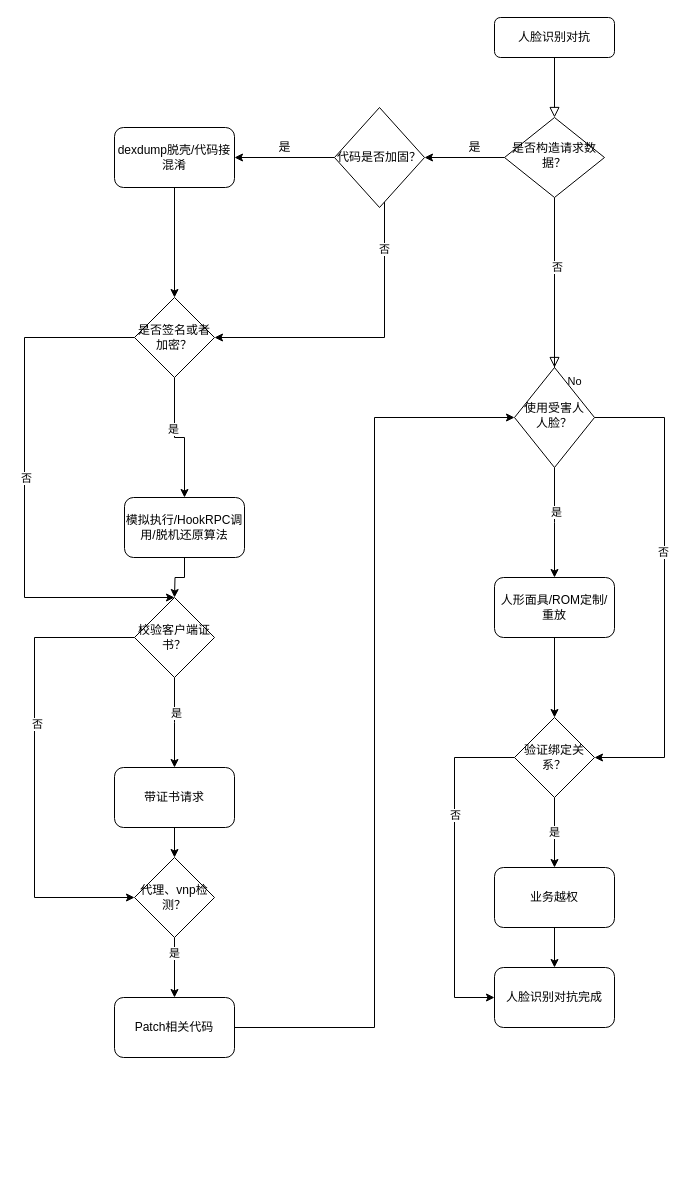
The draw.io diagram 未命名绘图.drawio in zjwhy/drawIoPub, before the edit. Source tidied: cells renumbered, new cells numbered last; positions are measured from the earlier drawing's top-left corner, leaving out a move shared by most shapes. Both pictures are drawn from the tidied source at 100%, with x=0, y=0 at pixel (24, 17).
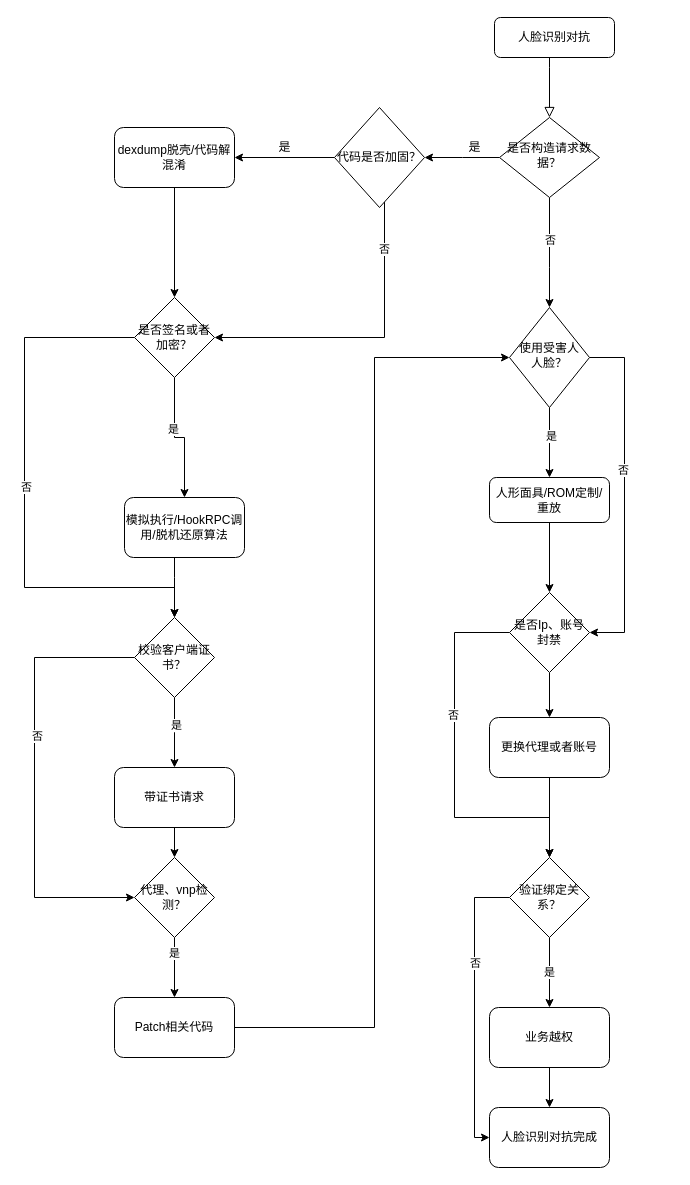
The same page after the edit.

Commit message:
人脸识别对抗

Unchanged cells that the change refers to:
```xml
<mxCell id="3" value="人脸识别对抗" style="rounded=1;whiteSpace=wrap;html=1;fontSize=12;glass=0;strokeWidth=1;shadow=0;" parent="1" vertex="1">
  <mxGeometry x="470" width="120" height="40" as="geometry" />
</mxCell>
<mxCell id="26" value="是否签名或者加密？" style="rhombus;whiteSpace=wrap;html=1;" parent="1" vertex="1">
  <mxGeometry x="110" y="280" width="80" height="80" as="geometry" />
</mxCell>
<mxCell id="28" value="模拟执行/HookRPC调用/脱机还原算法" style="rounded=1;whiteSpace=wrap;html=1;" parent="1" vertex="1">
  <mxGeometry x="100" y="480" width="120" height="60" as="geometry" />
</mxCell>
<mxCell id="38" value="代理、vnp检测？" style="rhombus;whiteSpace=wrap;html=1;" parent="1" vertex="1">
  <mxGeometry x="110" y="840" width="80" height="80" as="geometry" />
</mxCell>
<mxCell id="40" value="Patch相关代码" style="rounded=1;whiteSpace=wrap;html=1;" parent="1" vertex="1">
  <mxGeometry x="90" y="980" width="120" height="60" as="geometry" />
</mxCell>
```

The edit, as a diff of the source:
```diff
@@
     <mxCell id="2" style="rounded=0;html=1;jettySize=auto;fontSize=11;endArrow=block;endFill=0;endSize=8;strokeWidth=1;shadow=0;labelBackgroundColor=none;edgeStyle=orthogonalEdgeStyle;" parent="1" edge="1" source="3" target="7">
-      <mxGeometry relative="1" as="geometry" />
+      <mxGeometry relative="1" as="geometry">
+        <Array as="points">
+          <mxPoint x="525" y="50" />
+          <mxPoint x="525" y="50" />
+        </Array>
+      </mxGeometry>
     </mxCell>
@@
+    <mxCell id="6" style="edgeStyle=orthogonalEdgeStyle;rounded=0;jettySize=auto;html=1;" parent="1" edge="1" source="7">
+      <mxGeometry relative="1" as="geometry">
+        <mxPoint x="400" y="140" as="targetPoint" />
+      </mxGeometry>
+    </mxCell>
-    <mxCell id="4" style="rounded=0;html=1;jettySize=auto;fontSize=11;endArrow=block;endFill=0;endSize=8;strokeWidth=1;shadow=0;labelBackgroundColor=none;edgeStyle=orthogonalEdgeStyle;" parent="1" edge="1" source="7" target="13">
-      <mxGeometry y="20" relative="1" as="geometry" />
+    <mxCell id="4" style="edgeStyle=orthogonalEdgeStyle;rounded=0;jettySize=auto;html=1;" parent="1" edge="1" source="7" target="13">
+      <mxGeometry relative="1" as="geometry">
+        <Array as="points">
+          <mxPoint x="525" y="250" />
+          <mxPoint x="525" y="250" />
+        </Array>
+      </mxGeometry>
     </mxCell>
-    <mxCell id="5" value="否" style="edgeLabel;html=1;align=center;verticalAlign=middle;" parent="4" vertex="1">
-      <mxGeometry x="-0.19" y="2" relative="1" as="geometry" />
-    </mxCell>
-    <mxCell id="6" style="edgeStyle=orthogonalEdgeStyle;rounded=0;jettySize=auto;html=1;" parent="1" edge="1" source="7">
-      <mxGeometry relative="1" as="geometry">
-        <mxPoint x="400" y="140" as="targetPoint" />
-      </mxGeometry>
-    </mxCell>
+    <mxCell id="50" value="否" style="edgeLabel;html=1;align=center;verticalAlign=middle;" parent="4" vertex="1">
+      <mxGeometry x="-0.23" relative="1" as="geometry" />
+    </mxCell>
     <mxCell id="7" value="是否构造请求数据？" style="rhombus;whiteSpace=wrap;html=1;shadow=0;fontFamily=Helvetica;fontSize=12;align=center;strokeWidth=1;spacing=6;spacingTop=-4;" parent="1" vertex="1">
-      <mxGeometry x="480" y="100" width="100" height="80" as="geometry" />
+      <mxGeometry x="475" y="100" width="100" height="80" as="geometry" />
     </mxCell>
-    <mxCell id="8" value="No" style="rounded=0;html=1;jettySize=auto;fontSize=11;endArrow=block;endFill=0;endSize=8;strokeWidth=1;shadow=0;labelBackgroundColor=none;edgeStyle=orthogonalEdgeStyle;" parent="1" edge="1" source="13">
-      <mxGeometry x="0.33" y="20" relative="1" as="geometry">
-        <mxPoint x="530" y="390" as="targetPoint" />
-      </mxGeometry>
-    </mxCell>
-    <mxCell id="9" style="edgeStyle=orthogonalEdgeStyle;rounded=0;jettySize=auto;html=1;" parent="1" edge="1" source="13">
-      <mxGeometry relative="1" as="geometry">
-        <mxPoint x="530" y="560" as="targetPoint" />
-      </mxGeometry>
+    <mxCell id="9" style="edgeStyle=orthogonalEdgeStyle;rounded=0;jettySize=auto;html=1;entryX=0.5;entryY=0;entryDx=0;entryDy=0;" parent="1" edge="1" source="13" target="42">
+      <mxGeometry relative="1" as="geometry" />
     </mxCell>
@@
-    <mxCell id="11" style="edgeStyle=orthogonalEdgeStyle;rounded=0;jettySize=auto;html=1;entryX=1;entryY=0.5;entryDx=0;entryDy=0;" parent="1" edge="1" source="13" target="46">
+    <mxCell id="11" style="edgeStyle=orthogonalEdgeStyle;rounded=0;jettySize=auto;html=1;entryX=1;entryY=0.5;entryDx=0;entryDy=0;exitX=0.5;exitY=0;exitDx=0;exitDy=0;" parent="1" edge="1" source="13" target="54">
       <mxGeometry relative="1" as="geometry">
         <Array as="points">
-          <mxPoint x="640" y="400" />
-          <mxPoint x="640" y="740" />
+          <mxPoint x="600" y="340" />
+          <mxPoint x="600" y="615" />
         </Array>
       </mxGeometry>
     </mxCell>
@@
     <mxCell id="13" value="使用受害人人脸？" style="rhombus;whiteSpace=wrap;html=1;shadow=0;fontFamily=Helvetica;fontSize=12;align=center;strokeWidth=1;spacing=6;spacingTop=-4;direction=south;" parent="1" vertex="1">
-      <mxGeometry x="490" y="350" width="80" height="100" as="geometry" />
+      <mxGeometry x="485" y="290" width="80" height="100" as="geometry" />
     </mxCell>
@@
-    <mxCell id="21" value="dexdump脱壳/代码接混淆" style="rounded=1;whiteSpace=wrap;html=1;" parent="1" vertex="1">
+    <mxCell id="21" value="dexdump脱壳/代码解混淆" style="rounded=1;whiteSpace=wrap;html=1;" parent="1" vertex="1">
       <mxGeometry x="90" y="110" width="120" height="60" as="geometry" />
     </mxCell>
@@
-    <mxCell id="24" style="edgeStyle=orthogonalEdgeStyle;rounded=0;jettySize=auto;html=1;" parent="1" edge="1" source="26" target="33">
+    <mxCell id="24" style="edgeStyle=orthogonalEdgeStyle;rounded=0;jettySize=auto;html=1;entryX=0.5;entryY=0;entryDx=0;entryDy=0;" parent="1" edge="1" source="26" target="33">
       <mxGeometry relative="1" as="geometry">
         <Array as="points">
           <mxPoint y="320" />
-          <mxPoint y="580" />
+          <mxPoint y="570" />
+          <mxPoint x="150" y="570" />
         </Array>
       </mxGeometry>
     </mxCell>
@@
-    <mxCell id="27" style="edgeStyle=orthogonalEdgeStyle;rounded=0;jettySize=auto;html=1;" parent="1" edge="1" source="28">
+    <mxCell id="27" style="edgeStyle=orthogonalEdgeStyle;rounded=0;jettySize=auto;html=1;entryX=0.5;entryY=0;entryDx=0;entryDy=0;" parent="1" edge="1" source="28" target="33">
       <mxGeometry relative="1" as="geometry">
-        <mxPoint x="150" y="580" as="targetPoint" />
+        <Array as="points">
+          <mxPoint x="150" y="560" />
+          <mxPoint x="150" y="560" />
+        </Array>
       </mxGeometry>
     </mxCell>
@@
-    <mxCell id="31" style="edgeStyle=orthogonalEdgeStyle;rounded=0;jettySize=auto;html=1;entryX=0;entryY=0.5;entryDx=0;entryDy=0;" parent="1" edge="1" source="33" target="38">
+    <mxCell id="31" style="edgeStyle=orthogonalEdgeStyle;rounded=0;jettySize=auto;html=1;entryX=0;entryY=0.5;entryDx=0;entryDy=0;exitX=0;exitY=0.5;exitDx=0;exitDy=0;" parent="1" edge="1" source="33" target="38">
       <mxGeometry relative="1" as="geometry">
         <Array as="points">
-          <mxPoint x="10" y="620" />
+          <mxPoint x="10" y="640" />
           <mxPoint x="10" y="880" />
         </Array>
       </mxGeometry>
     </mxCell>
@@
     <mxCell id="33" value="校验客户端证书？" style="rhombus;whiteSpace=wrap;html=1;" parent="1" vertex="1">
-      <mxGeometry x="110" y="580" width="80" height="80" as="geometry" />
+      <mxGeometry x="110" y="600" width="80" height="80" as="geometry" />
     </mxCell>
@@
     <mxCell id="39" style="edgeStyle=orthogonalEdgeStyle;rounded=0;jettySize=auto;html=1;entryX=0.5;entryY=1;entryDx=0;entryDy=0;" parent="1" edge="1" source="40" target="13">
-      <mxGeometry relative="1" as="geometry" />
+      <mxGeometry relative="1" as="geometry">
+        <Array as="points">
+          <mxPoint x="350" y="1010" />
+          <mxPoint x="350" y="340" />
+        </Array>
+      </mxGeometry>
     </mxCell>
@@
-    <mxCell id="41" style="edgeStyle=orthogonalEdgeStyle;rounded=0;jettySize=auto;html=1;" parent="1" edge="1" source="42" target="46">
+    <mxCell id="41" style="edgeStyle=orthogonalEdgeStyle;rounded=0;jettySize=auto;html=1;entryX=0.5;entryY=0;entryDx=0;entryDy=0;" parent="1" edge="1" source="42" target="54">
       <mxGeometry relative="1" as="geometry" />
     </mxCell>
     <mxCell id="42" value="人形面具/ROM定制/重放" style="rounded=1;whiteSpace=wrap;html=1;" parent="1" vertex="1">
-      <mxGeometry x="470" y="560" width="120" height="60" as="geometry" />
+      <mxGeometry x="465" y="460" width="120" height="45" as="geometry" />
     </mxCell>
-    <mxCell id="43" value="是" style="edgeStyle=orthogonalEdgeStyle;rounded=0;jettySize=auto;html=1;" parent="1" edge="1" source="46">
-      <mxGeometry relative="1" as="geometry">
-        <mxPoint x="530" y="850" as="targetPoint" />
-      </mxGeometry>
+    <mxCell id="43" value="是" style="edgeStyle=orthogonalEdgeStyle;rounded=0;jettySize=auto;html=1;exitX=0.5;exitY=1;exitDx=0;exitDy=0;entryX=0.5;entryY=0;entryDx=0;entryDy=0;" parent="1" edge="1" source="46" target="48">
+      <mxGeometry relative="1" as="geometry" />
     </mxCell>
-    <mxCell id="44" style="edgeStyle=orthogonalEdgeStyle;rounded=0;jettySize=auto;html=1;entryX=0;entryY=0.5;entryDx=0;entryDy=0;" parent="1" edge="1" source="46" target="49">
+    <mxCell id="44" style="edgeStyle=orthogonalEdgeStyle;rounded=0;jettySize=auto;html=1;entryX=0;entryY=0.5;entryDx=0;entryDy=0;exitX=0;exitY=0.5;exitDx=0;exitDy=0;" parent="1" edge="1" source="46" target="49">
       <mxGeometry relative="1" as="geometry">
         <Array as="points">
-          <mxPoint x="430" y="740" />
-          <mxPoint x="430" y="980" />
+          <mxPoint x="450" y="880" />
+          <mxPoint x="450" y="1120" />
         </Array>
       </mxGeometry>
     </mxCell>
@@
     <mxCell id="46" value="验证绑定关系？" style="rhombus;whiteSpace=wrap;html=1;" parent="1" vertex="1">
-      <mxGeometry x="490" y="700" width="80" height="80" as="geometry" />
+      <mxGeometry x="485" y="840" width="80" height="80" as="geometry" />
     </mxCell>
@@
     <mxCell id="48" value="业务越权" style="rounded=1;whiteSpace=wrap;html=1;" parent="1" vertex="1">
-      <mxGeometry x="470" y="850" width="120" height="60" as="geometry" />
+      <mxGeometry x="465" y="990" width="120" height="60" as="geometry" />
     </mxCell>
     <mxCell id="49" value="人脸识别对抗完成" style="rounded=1;whiteSpace=wrap;html=1;" parent="1" vertex="1">
-      <mxGeometry x="470" y="950" width="120" height="60" as="geometry" />
+      <mxGeometry x="465" y="1090" width="120" height="60" as="geometry" />
     </mxCell>
+    <mxCell id="51" style="edgeStyle=orthogonalEdgeStyle;rounded=0;jettySize=auto;html=1;" parent="1" edge="1" source="54" target="56">
+      <mxGeometry relative="1" as="geometry" />
+    </mxCell>
+    <mxCell id="52" style="edgeStyle=orthogonalEdgeStyle;rounded=0;jettySize=auto;html=1;entryX=0.5;entryY=0;entryDx=0;entryDy=0;exitX=0;exitY=0.5;exitDx=0;exitDy=0;" parent="1" edge="1" source="54" target="46">
+      <mxGeometry relative="1" as="geometry">
+        <Array as="points">
+          <mxPoint x="430" y="615" />
+          <mxPoint x="430" y="800" />
+          <mxPoint x="525" y="800" />
+        </Array>
+      </mxGeometry>
+    </mxCell>
+    <mxCell id="53" value="否" style="edgeLabel;html=1;align=center;verticalAlign=middle;" parent="52" vertex="1">
+      <mxGeometry x="-0.27" y="-2" relative="1" as="geometry" />
+    </mxCell>
+    <mxCell id="54" value="是否Ip、账号封禁" style="rhombus;whiteSpace=wrap;html=1;" parent="1" vertex="1">
+      <mxGeometry x="485" y="575" width="80" height="80" as="geometry" />
+    </mxCell>
+    <mxCell id="55" style="edgeStyle=orthogonalEdgeStyle;rounded=0;jettySize=auto;html=1;" parent="1" edge="1" source="56" target="46">
+      <mxGeometry relative="1" as="geometry" />
+    </mxCell>
+    <mxCell id="56" value="更换代理或者账号" style="rounded=1;whiteSpace=wrap;html=1;" parent="1" vertex="1">
+      <mxGeometry x="465" y="700" width="120" height="60" as="geometry" />
+    </mxCell>
```
